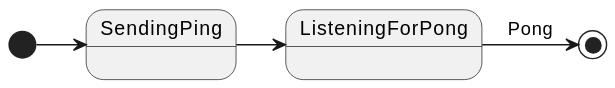
This is ping.svg from peterpaul/kafka-ping-stm, a PlantUML export, as it was before one commit.
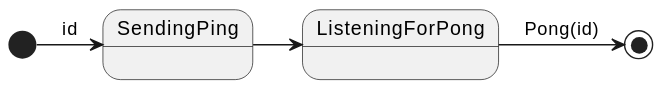
After the commit.

Commit message:
Read ping id from cmdline args, wait for pong with that same id

What changed in the source:
```diff
@@ -1,5 +1,5 @@
 @startuml
-[*] -> SendingPing
+[*] -> SendingPing: id
 SendingPing -> ListeningForPong
-ListeningForPong -> [*]: Pong
+ListeningForPong -> [*]: Pong(id)
 @enduml
```
